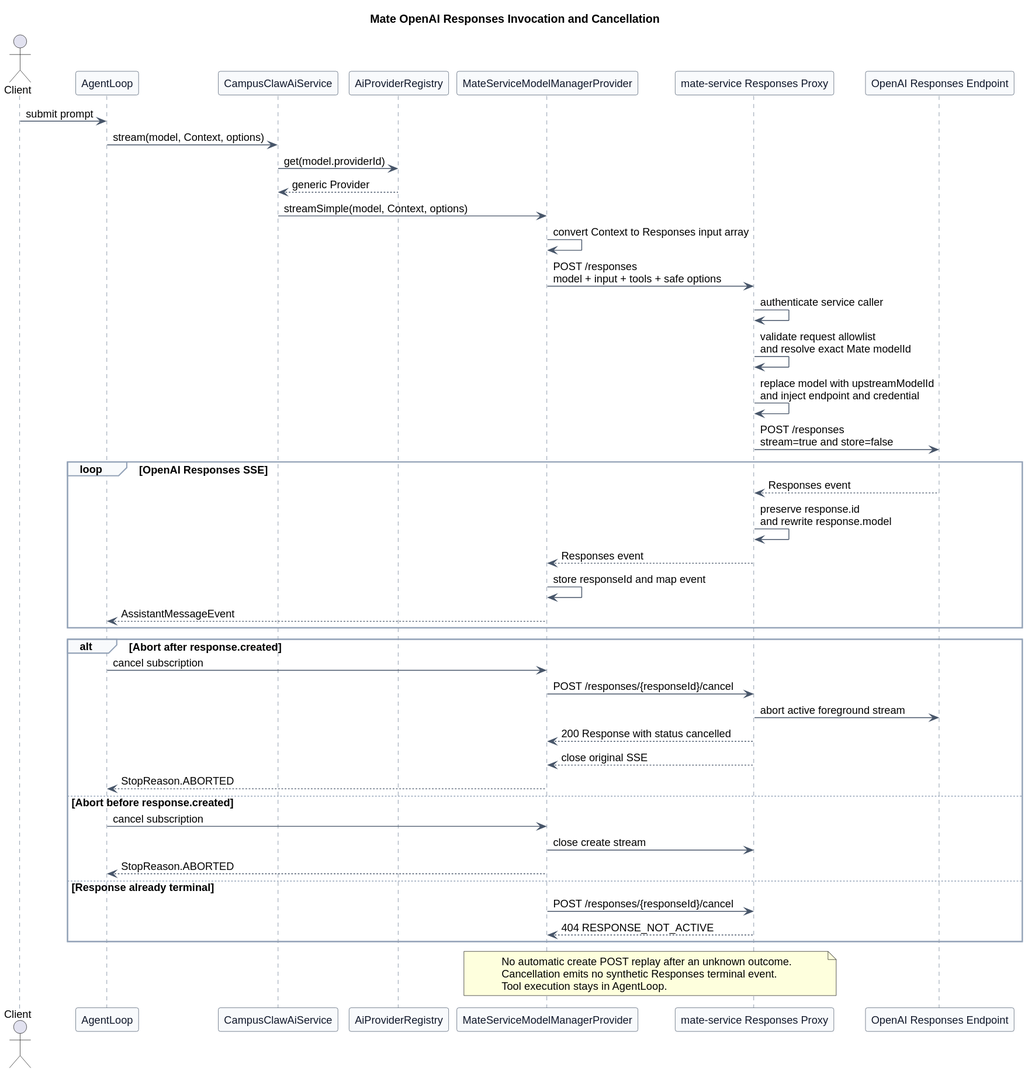
Earlier version of the PlantUML export model-manager-provider-contract/model_manager_invocation_sequence.svg (ssm0808/pi-mono-java-design).
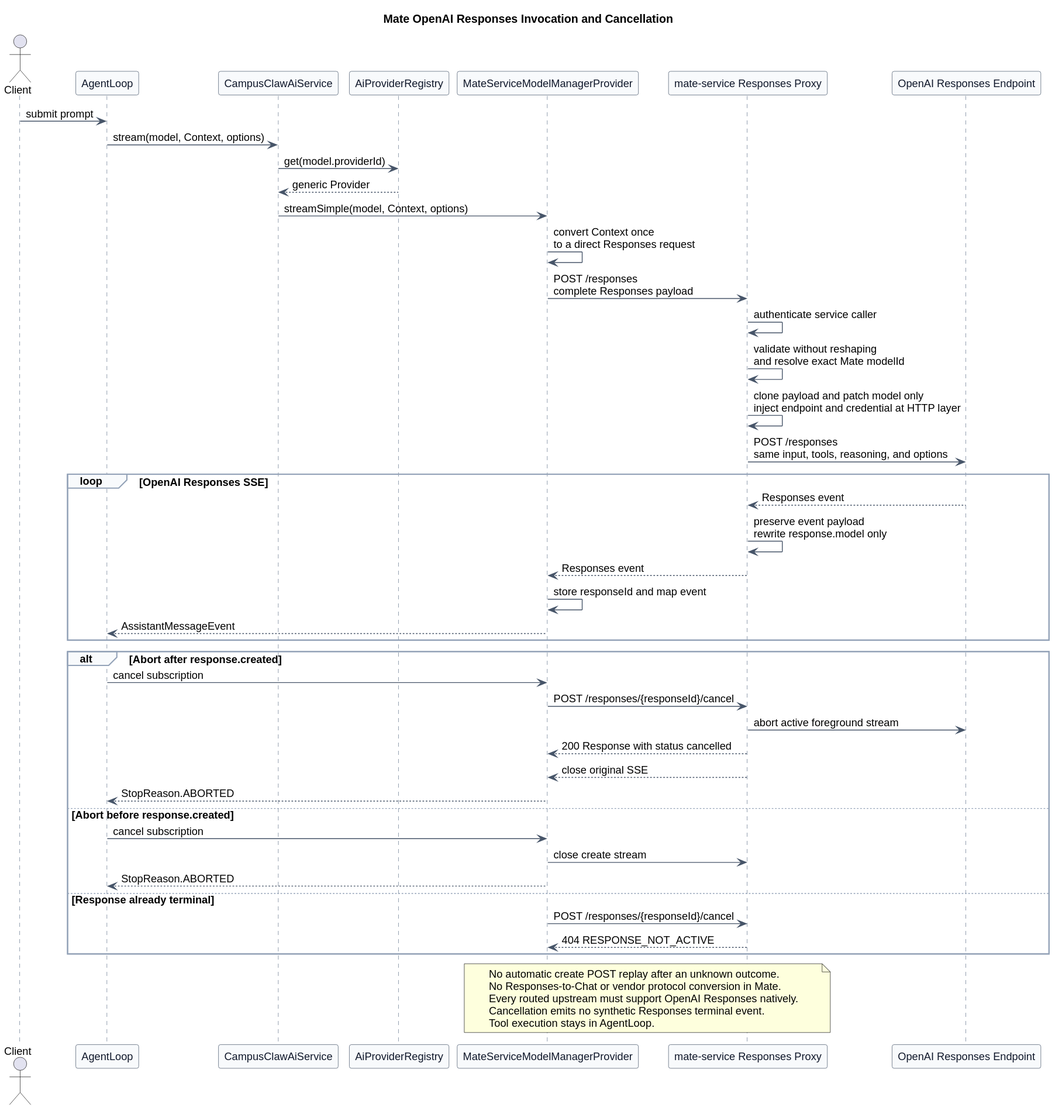
The same diagram one commit later.

Commit message:
docs(model-manager): make Responses proxy transparent

Change to the diagram source:
```diff
@@ -32,16 +32,16 @@
 AiService -> Registry : get(model.providerId)
 Registry --> AiService : generic Provider
 AiService -> Provider : streamSimple(model, Context, options)
-Provider -> Provider : convert Context to Responses input array
-Provider -> Manager : POST /responses\nmodel + input + tools + safe options
+Provider -> Provider : convert Context once\nto a direct Responses request
+Provider -> Manager : POST /responses\ncomplete Responses payload
 Manager -> Manager : authenticate service caller
-Manager -> Manager : validate request allowlist\nand resolve exact Mate modelId
-Manager -> Manager : replace model with upstreamModelId\nand inject endpoint and credential
-Manager -> OpenAI : POST /responses\nstream=true and store=false
+Manager -> Manager : validate without reshaping\nand resolve exact Mate modelId
+Manager -> Manager : clone payload and patch model only\ninject endpoint and credential at HTTP layer
+Manager -> OpenAI : POST /responses\nsame input, tools, reasoning, and options
 
 loop OpenAI Responses SSE
   OpenAI --> Manager : Responses event
-  Manager -> Manager : preserve response.id\nand rewrite response.model
+  Manager -> Manager : preserve event payload\nrewrite response.model only
   Manager --> Provider : Responses event
   Provider -> Provider : store responseId and map event
   Provider --> Loop : AssistantMessageEvent
@@ -65,6 +65,8 @@
 
 note over Provider,Manager
 No automatic create POST replay after an unknown outcome.
+No Responses-to-Chat or vendor protocol conversion in Mate.
+Every routed upstream must support OpenAI Responses natively.
 Cancellation emits no synthetic Responses terminal event.
 Tool execution stays in AgentLoop.
 end note
```
